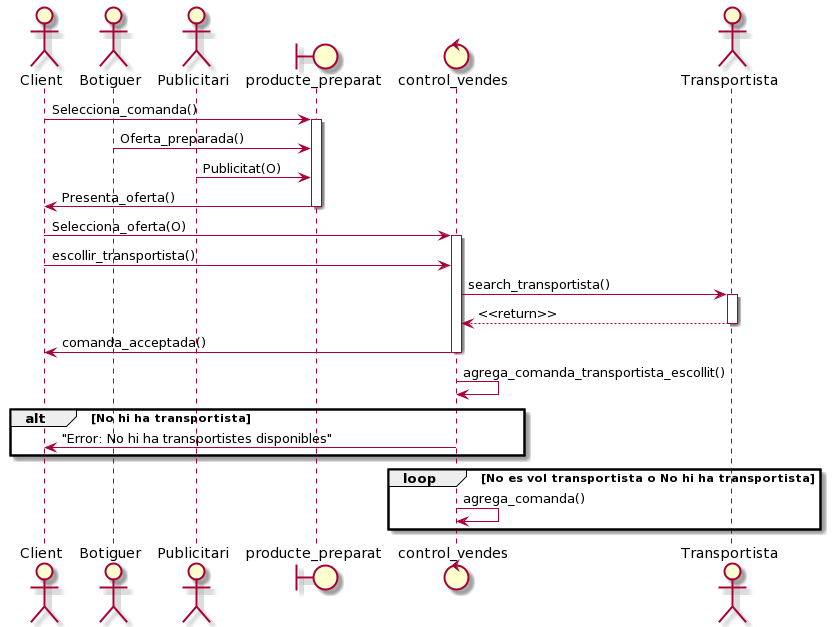
This is diagrams/sprint3_diag_sequencia_seleccio_comanda.png from polpagesdev/delivery-app, a PlantUML export, as it was before one commit. Its diagram source:
```plantuml
@startuml
actor Client
actor Botiguer
actor Publicitari
boundary producte_preparat
control control_vendes
actor Transportista
Client -> producte_preparat : Selecciona_comanda()
activate producte_preparat

Botiguer -> producte_preparat: Oferta_preparada()
Publicitari -> producte_preparat : Publicitat(O)
producte_preparat -> Client : Presenta_oferta()
deactivate producte_preparat

Client -> control_vendes : Selecciona_oferta(O)
activate control_vendes
Client -> control_vendes : escollir_transportista()


control_vendes -> Transportista : search_transportista()
activate Transportista
Transportista --> control_vendes : <<return>>
deactivate Transportista
control_vendes -> Client: comanda_acceptada()
deactivate control_vendes


control_vendes -> control_vendes : agrega_comanda_transportista_escollit()
alt No hi ha transportista
   control_vendes -> Client : "Error: No hi ha transportistes disponibles"
end
loop No es vol transportista o No hi ha transportista
   control_vendes -> control_vendes : agrega_comanda()
end
@enduml
```
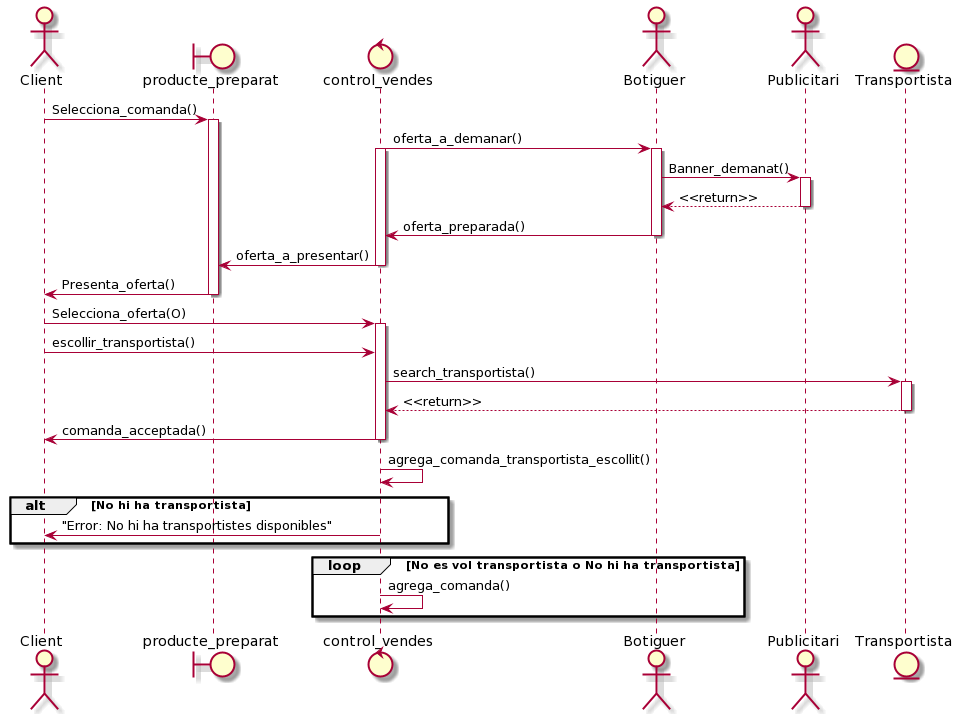
The same file after the commit.

Diff of the diagram source:
```diff
@@ -1,15 +1,25 @@
 @startuml
 actor Client
+boundary producte_preparat
+control control_vendes
 actor Botiguer
 actor Publicitari
-boundary producte_preparat
-control control_vendes
-actor Transportista
+entity Transportista
+
 Client -> producte_preparat : Selecciona_comanda()
 activate producte_preparat
+control_vendes -> Botiguer: oferta_a_demanar()
+activate control_vendes
+activate Botiguer
+Botiguer -> Publicitari: Banner_demanat()
+activate Publicitari
+Publicitari --> Botiguer: <<return>>
+deactivate Publicitari
+Botiguer -> control_vendes: oferta_preparada()
+deactivate Botiguer
+control_vendes -> producte_preparat: oferta_a_presentar()
+deactivate control_vendes
 
-Botiguer -> producte_preparat: Oferta_preparada()
-Publicitari -> producte_preparat : Publicitat(O)
 producte_preparat -> Client : Presenta_oferta()
 deactivate producte_preparat
 
```
